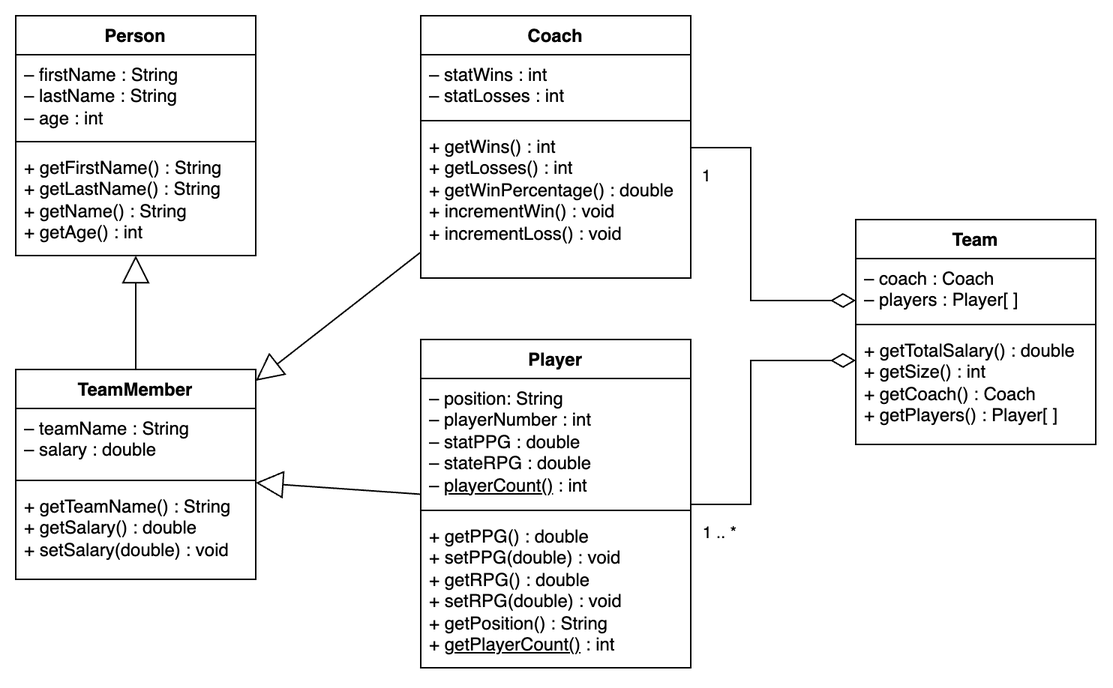
Above: images/uml-02.png in davecheng-tech/Random-Notes (draw.io), before the change. Source tidied: cells renumbered, new cells last; positions are measured from the earlier drawing's top-left corner, leaving out a move shared by most shapes.
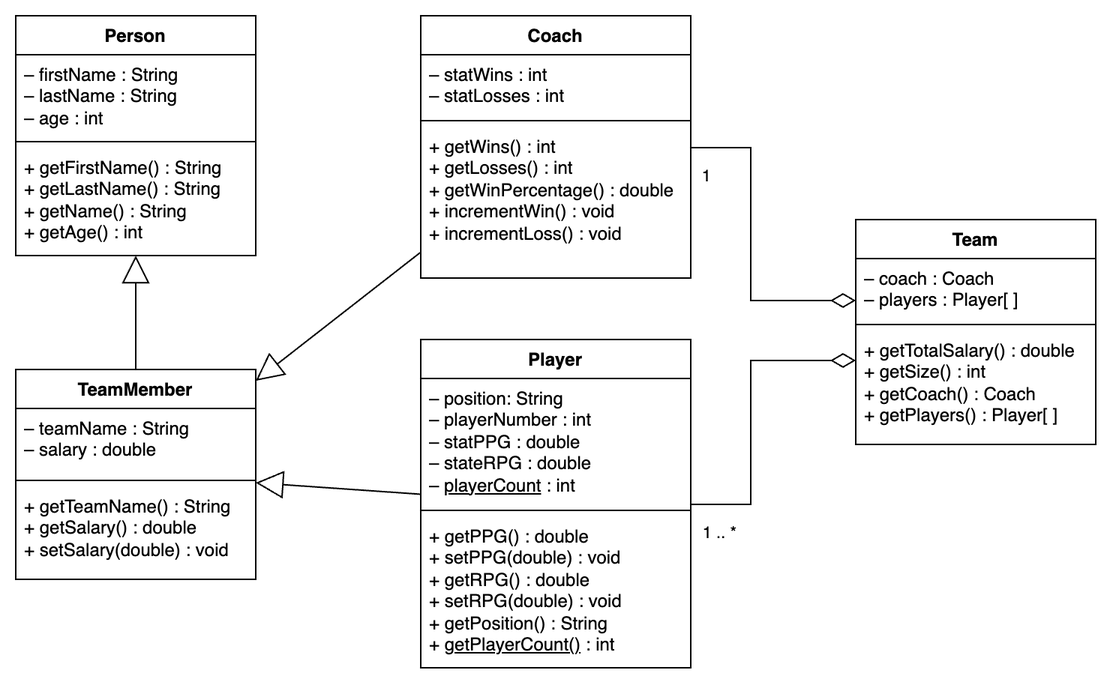
Later version of the same file.

Commit message:
Updated UML diagram again

Diff of the diagram source:
```diff
@@ -41,7 +41,7 @@
     <mxCell id="14" value="Player" style="swimlane;fontStyle=1;align=center;verticalAlign=top;horizontal=1;startSize=26;whiteSpace=wrap;html=1;" parent="1" vertex="1">
       <mxGeometry x="270" y="216" width="180" height="219" as="geometry" />
     </mxCell>
-    <mxCell id="15" value="– position: String&lt;div&gt;– playerNumber : int&lt;/div&gt;&lt;div&gt;– statPPG : double&lt;/div&gt;&lt;div&gt;– stateRPG : double&lt;/div&gt;&lt;div&gt;– &lt;u&gt;playerCount()&lt;/u&gt; : int&lt;/div&gt;" style="text;strokeColor=none;fillColor=none;align=left;verticalAlign=top;spacingLeft=4;spacingRight=4;overflow=hidden;whiteSpace=wrap;html=1;" parent="14" vertex="1">
+    <mxCell id="15" value="– position: String&lt;div&gt;– playerNumber : int&lt;/div&gt;&lt;div&gt;– statPPG : double&lt;/div&gt;&lt;div&gt;– stateRPG : double&lt;/div&gt;&lt;div&gt;– &lt;u&gt;playerCount&lt;/u&gt;&amp;nbsp;: int&lt;/div&gt;" style="text;strokeColor=none;fillColor=none;align=left;verticalAlign=top;spacingLeft=4;spacingRight=4;overflow=hidden;whiteSpace=wrap;html=1;" parent="14" vertex="1">
       <mxGeometry y="26" width="180" height="84" as="geometry" />
     </mxCell>
     <mxCell id="16" style="line;strokeWidth=1;fillColor=none;align=left;verticalAlign=middle;spacingTop=-1;spacingLeft=3;spacingRight=3;labelPosition=right;strokeColor=inherit;" parent="14" vertex="1">
```
